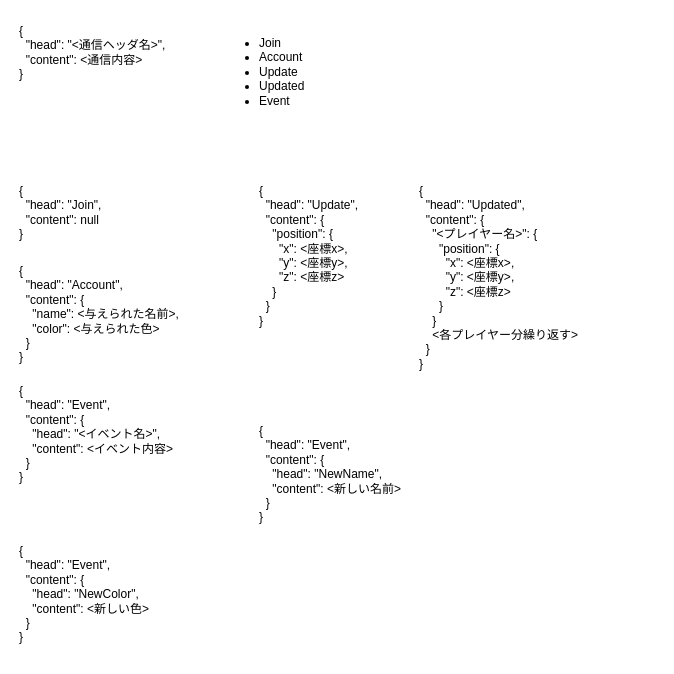
3doriTea/VRTea keeps this draw.io diagram as page "通信Json" (14 of 14) of Doc/仕様設計.drawio. Above is the earlier version. Source tidied: cells renumbered, new cells numbered last; positions are measured from the earlier drawing's top-left corner, leaving out a move shared by most shapes. Both pictures are drawn from the tidied source at 100%, with x=0, y=0 at pixel (17, 17).
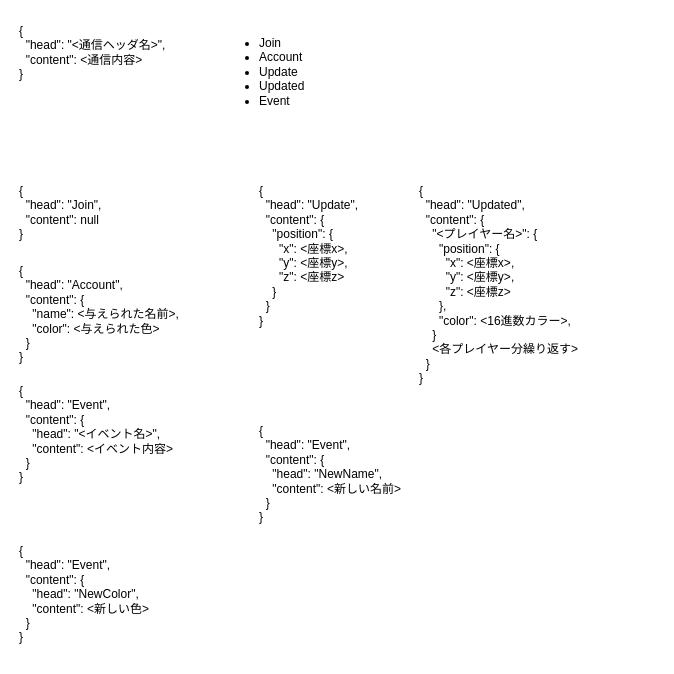
The same diagram, later.

Commit message:
仕様設計.drawio を更新

Change to the diagram source:
```diff
@@
 <mxGraphModel>
   <root>
     <mxCell id="0" />
     <mxCell id="1" parent="0" />
     <mxCell id="2" value="{&lt;div&gt;&amp;nbsp; &quot;head&quot;: &quot;&amp;lt;通信ヘッダ名&amp;gt;&quot;,&lt;/div&gt;&lt;div&gt;&amp;nbsp; &quot;content&quot;: &amp;lt;通信内容&amp;gt;&lt;br&gt;&lt;div&gt;}&lt;/div&gt;&lt;/div&gt;" style="text;html=1;whiteSpace=wrap;strokeColor=none;fillColor=none;align=left;verticalAlign=top;rounded=0;fontFamily=Cascadia Code;" parent="1" vertex="1">
       <mxGeometry width="200" height="80" as="geometry" />
     </mxCell>
     <mxCell id="3" value="&lt;ul&gt;&lt;li&gt;Join&lt;/li&gt;&lt;li&gt;Account&lt;/li&gt;&lt;li&gt;Update&lt;/li&gt;&lt;li&gt;Updated&lt;/li&gt;&lt;li&gt;Event&lt;/li&gt;&lt;/ul&gt;" style="text;html=1;whiteSpace=wrap;strokeColor=none;fillColor=none;align=left;verticalAlign=top;rounded=0;" parent="1" vertex="1">
       <mxGeometry x="200" width="160" height="200" as="geometry" />
     </mxCell>
     <mxCell id="4" value="{&lt;div&gt;&amp;nbsp; &quot;head&quot;: &quot;Join&quot;,&lt;/div&gt;&lt;div&gt;&amp;nbsp; &quot;content&quot;: null&lt;br&gt;&lt;div&gt;}&lt;/div&gt;&lt;/div&gt;" style="text;html=1;whiteSpace=wrap;strokeColor=none;fillColor=none;align=left;verticalAlign=top;rounded=0;fontFamily=Cascadia Code;" parent="1" vertex="1">
       <mxGeometry y="160" width="200" height="80" as="geometry" />
     </mxCell>
     <mxCell id="5" value="{&lt;div&gt;&amp;nbsp; &quot;head&quot;: &quot;Account&quot;,&lt;/div&gt;&lt;div&gt;&amp;nbsp; &quot;content&quot;: {&lt;/div&gt;&lt;div&gt;&amp;nbsp; &amp;nbsp; &quot;name&quot;: &amp;lt;与えられた名前&amp;gt;,&lt;/div&gt;&lt;div&gt;&amp;nbsp; &amp;nbsp; &quot;color&quot;: &amp;lt;与えられた色&amp;gt;&lt;/div&gt;&lt;div&gt;&amp;nbsp; }&lt;br&gt;&lt;div&gt;}&lt;/div&gt;&lt;/div&gt;" style="text;html=1;whiteSpace=wrap;strokeColor=none;fillColor=none;align=left;verticalAlign=top;rounded=0;fontFamily=Cascadia Code;" parent="1" vertex="1">
       <mxGeometry y="240" width="200" height="120" as="geometry" />
     </mxCell>
     <mxCell id="6" value="{&lt;div&gt;&amp;nbsp; &quot;head&quot;: &quot;Update&quot;,&lt;/div&gt;&lt;div&gt;&amp;nbsp; &quot;content&quot;: {&lt;/div&gt;&lt;div&gt;&amp;nbsp; &amp;nbsp; &quot;position&quot;: {&lt;/div&gt;&lt;div&gt;&amp;nbsp; &amp;nbsp; &amp;nbsp; &quot;x&quot;: &amp;lt;座標x&amp;gt;,&lt;/div&gt;&lt;div&gt;&lt;div&gt;&amp;nbsp; &amp;nbsp; &amp;nbsp; &quot;y&quot;: &amp;lt;座標y&amp;gt;,&lt;/div&gt;&lt;div&gt;&lt;div&gt;&amp;nbsp; &amp;nbsp; &amp;nbsp; &quot;z&quot;: &amp;lt;座標z&amp;gt;&lt;/div&gt;&lt;/div&gt;&lt;/div&gt;&lt;div&gt;&amp;nbsp; &amp;nbsp; }&lt;/div&gt;&lt;div&gt;&amp;nbsp; }&lt;br&gt;&lt;div&gt;}&lt;/div&gt;&lt;/div&gt;" style="text;html=1;whiteSpace=wrap;strokeColor=none;fillColor=none;align=left;verticalAlign=top;rounded=0;fontFamily=Cascadia Code;" parent="1" vertex="1">
       <mxGeometry x="240" y="160" width="160" height="160" as="geometry" />
     </mxCell>
-    <mxCell id="7" value="{&lt;div&gt;&amp;nbsp; &quot;head&quot;: &quot;Updated&quot;,&lt;/div&gt;&lt;div&gt;&amp;nbsp; &quot;content&quot;: {&lt;/div&gt;&lt;div&gt;&amp;nbsp; &amp;nbsp; &quot;&amp;lt;プレイヤー名&amp;gt;&quot;: {&lt;/div&gt;&lt;div&gt;&amp;nbsp; &amp;nbsp; &amp;nbsp; &quot;position&quot;: {&lt;/div&gt;&lt;div&gt;&amp;nbsp; &amp;nbsp; &amp;nbsp; &amp;nbsp; &quot;x&quot;: &amp;lt;座標x&amp;gt;,&lt;/div&gt;&lt;div&gt;&lt;div&gt;&amp;nbsp; &amp;nbsp; &amp;nbsp; &amp;nbsp; &quot;y&quot;: &amp;lt;座標y&amp;gt;,&lt;/div&gt;&lt;div&gt;&lt;div&gt;&amp;nbsp; &amp;nbsp; &amp;nbsp; &amp;nbsp; &quot;z&quot;: &amp;lt;座標z&amp;gt;&lt;/div&gt;&lt;/div&gt;&lt;/div&gt;&lt;div&gt;&amp;nbsp; &amp;nbsp; &amp;nbsp; }&lt;/div&gt;&lt;div&gt;&amp;nbsp; &amp;nbsp; }&lt;/div&gt;&lt;div&gt;&amp;nbsp; &amp;nbsp; &amp;lt;各プレイヤー分繰り返す&amp;gt;&lt;/div&gt;&lt;div&gt;&amp;nbsp; }&lt;br&gt;&lt;div&gt;}&lt;/div&gt;&lt;/div&gt;" style="text;html=1;whiteSpace=wrap;strokeColor=none;fillColor=none;align=left;verticalAlign=top;rounded=0;fontFamily=Cascadia Code;" parent="1" vertex="1">
-      <mxGeometry x="400" y="160" width="200" height="200" as="geometry" />
+    <mxCell id="7" value="{&lt;div&gt;&amp;nbsp; &quot;head&quot;: &quot;Updated&quot;,&lt;/div&gt;&lt;div&gt;&amp;nbsp; &quot;content&quot;: {&lt;/div&gt;&lt;div&gt;&amp;nbsp; &amp;nbsp; &quot;&amp;lt;プレイヤー名&amp;gt;&quot;: {&lt;/div&gt;&lt;div&gt;&amp;nbsp; &amp;nbsp; &amp;nbsp; &quot;position&quot;: {&lt;/div&gt;&lt;div&gt;&amp;nbsp; &amp;nbsp; &amp;nbsp; &amp;nbsp; &quot;x&quot;: &amp;lt;座標x&amp;gt;,&lt;/div&gt;&lt;div&gt;&lt;div&gt;&amp;nbsp; &amp;nbsp; &amp;nbsp; &amp;nbsp; &quot;y&quot;: &amp;lt;座標y&amp;gt;,&lt;/div&gt;&lt;div&gt;&lt;div&gt;&amp;nbsp; &amp;nbsp; &amp;nbsp; &amp;nbsp; &quot;z&quot;: &amp;lt;座標z&amp;gt;&lt;/div&gt;&lt;/div&gt;&lt;/div&gt;&lt;div&gt;&amp;nbsp; &amp;nbsp; &amp;nbsp; },&lt;/div&gt;&lt;div&gt;&amp;nbsp; &amp;nbsp; &amp;nbsp; &quot;color&quot;: &amp;lt;16進数カラー&amp;gt;&lt;span style=&quot;background-color: transparent; color: light-dark(rgb(0, 0, 0), rgb(255, 255, 255));&quot;&gt;,&lt;/span&gt;&lt;/div&gt;&lt;div&gt;&amp;nbsp; &amp;nbsp; }&lt;/div&gt;&lt;div&gt;&amp;nbsp; &amp;nbsp; &amp;lt;各プレイヤー分繰り返す&amp;gt;&lt;/div&gt;&lt;div&gt;&amp;nbsp; }&lt;br&gt;&lt;div&gt;}&lt;/div&gt;&lt;/div&gt;" style="text;html=1;whiteSpace=wrap;strokeColor=none;fillColor=none;align=left;verticalAlign=top;rounded=0;fontFamily=Cascadia Code;" parent="1" vertex="1">
+      <mxGeometry x="400" y="160" width="240" height="240" as="geometry" />
     </mxCell>
     <mxCell id="8" value="{&lt;div&gt;&amp;nbsp; &quot;head&quot;: &quot;Event&quot;,&lt;/div&gt;&lt;div&gt;&amp;nbsp; &quot;content&quot;: {&lt;/div&gt;&lt;div&gt;&amp;nbsp; &amp;nbsp; &quot;head&quot;: &quot;&amp;lt;イベント名&amp;gt;&quot;,&lt;/div&gt;&lt;div&gt;&amp;nbsp; &amp;nbsp; &quot;content&quot;: &amp;lt;イベント内容&amp;gt;&lt;/div&gt;&lt;div&gt;&lt;span style=&quot;background-color: transparent; color: light-dark(rgb(0, 0, 0), rgb(255, 255, 255));&quot;&gt;&amp;nbsp; }&lt;/span&gt;&lt;/div&gt;&lt;div&gt;&lt;div&gt;}&lt;/div&gt;&lt;/div&gt;" style="text;html=1;whiteSpace=wrap;strokeColor=none;fillColor=none;align=left;verticalAlign=top;rounded=0;fontFamily=Cascadia Code;" parent="1" vertex="1">
       <mxGeometry y="360" width="200" height="160" as="geometry" />
     </mxCell>
     <mxCell id="9" value="{&lt;div&gt;&amp;nbsp; &quot;head&quot;: &quot;Event&quot;,&lt;/div&gt;&lt;div&gt;&amp;nbsp; &quot;content&quot;: {&lt;/div&gt;&lt;div&gt;&amp;nbsp; &amp;nbsp; &quot;head&quot;: &quot;NewName&quot;,&lt;/div&gt;&lt;div&gt;&amp;nbsp; &amp;nbsp; &quot;content&quot;: &amp;lt;新しい名前&amp;gt;&lt;/div&gt;&lt;div&gt;&lt;span style=&quot;background-color: transparent; color: light-dark(rgb(0, 0, 0), rgb(255, 255, 255));&quot;&gt;&amp;nbsp; }&lt;/span&gt;&lt;/div&gt;&lt;div&gt;&lt;div&gt;}&lt;/div&gt;&lt;/div&gt;" style="text;html=1;whiteSpace=wrap;strokeColor=none;fillColor=none;align=left;verticalAlign=top;rounded=0;fontFamily=Cascadia Code;" parent="1" vertex="1">
       <mxGeometry x="240" y="400" width="200" height="120" as="geometry" />
     </mxCell>
     <mxCell id="10" value="{&lt;div&gt;&amp;nbsp; &quot;head&quot;: &quot;Event&quot;,&lt;/div&gt;&lt;div&gt;&amp;nbsp; &quot;content&quot;: {&lt;/div&gt;&lt;div&gt;&amp;nbsp; &amp;nbsp; &quot;head&quot;: &quot;NewColor&quot;,&lt;/div&gt;&lt;div&gt;&amp;nbsp; &amp;nbsp; &quot;content&quot;: &amp;lt;新しい色&amp;gt;&lt;/div&gt;&lt;div&gt;&lt;span style=&quot;background-color: transparent; color: light-dark(rgb(0, 0, 0), rgb(255, 255, 255));&quot;&gt;&amp;nbsp; }&lt;/span&gt;&lt;/div&gt;&lt;div&gt;&lt;div&gt;}&lt;/div&gt;&lt;/div&gt;" style="text;html=1;whiteSpace=wrap;strokeColor=none;fillColor=none;align=left;verticalAlign=top;rounded=0;fontFamily=Cascadia Code;" parent="1" vertex="1">
       <mxGeometry y="520" width="200" height="120" as="geometry" />
     </mxCell>
   </root>
 </mxGraphModel>
```
